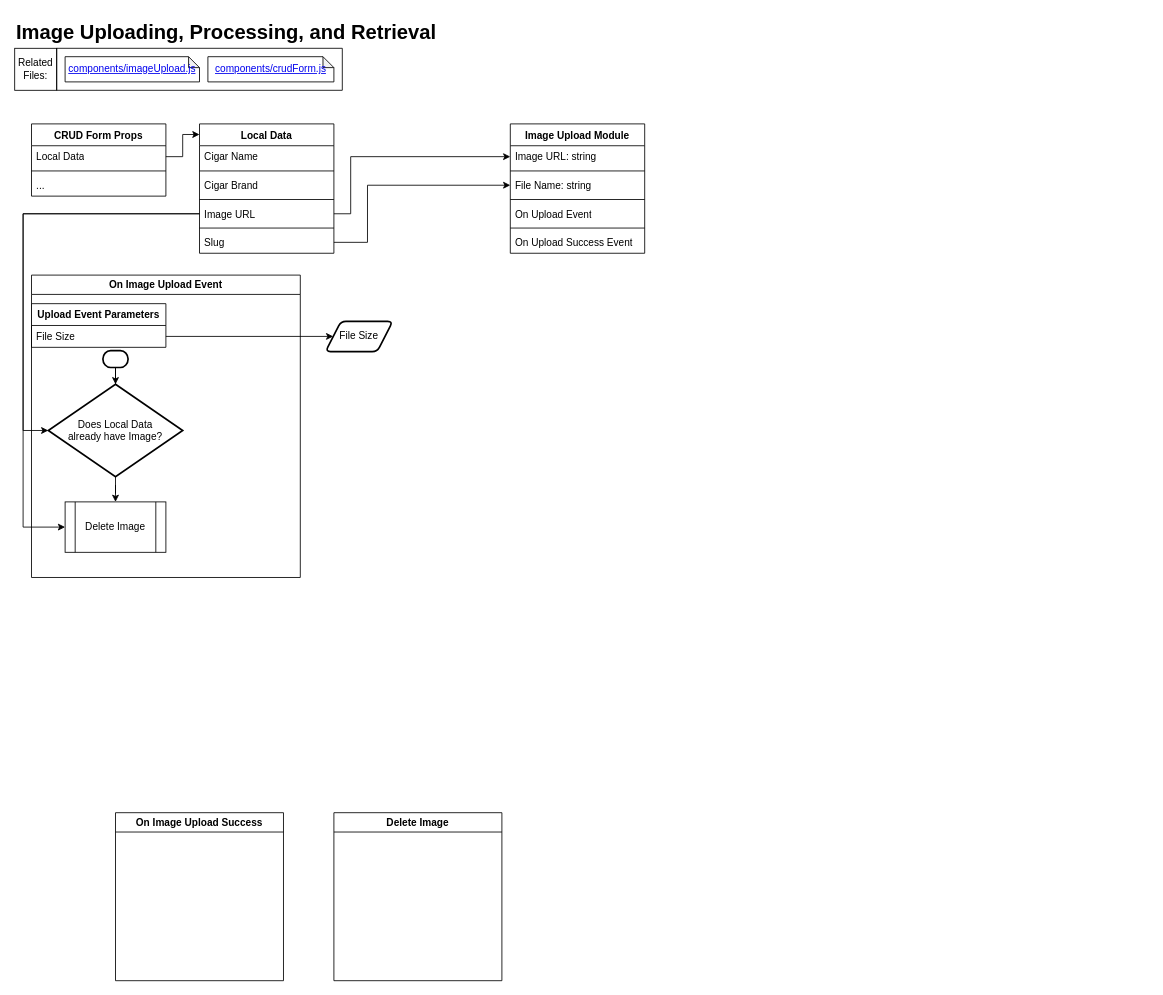
Above: Images.drawio in macglencoe/diagrams (draw.io), before the change. Source tidied: cells renumbered, new cells numbered last; positions are measured from the earlier drawing's top-left corner, leaving out a move shared by most shapes. Both pictures are drawn from the tidied source at 84%, with x=0, y=0 at pixel (14, 14).
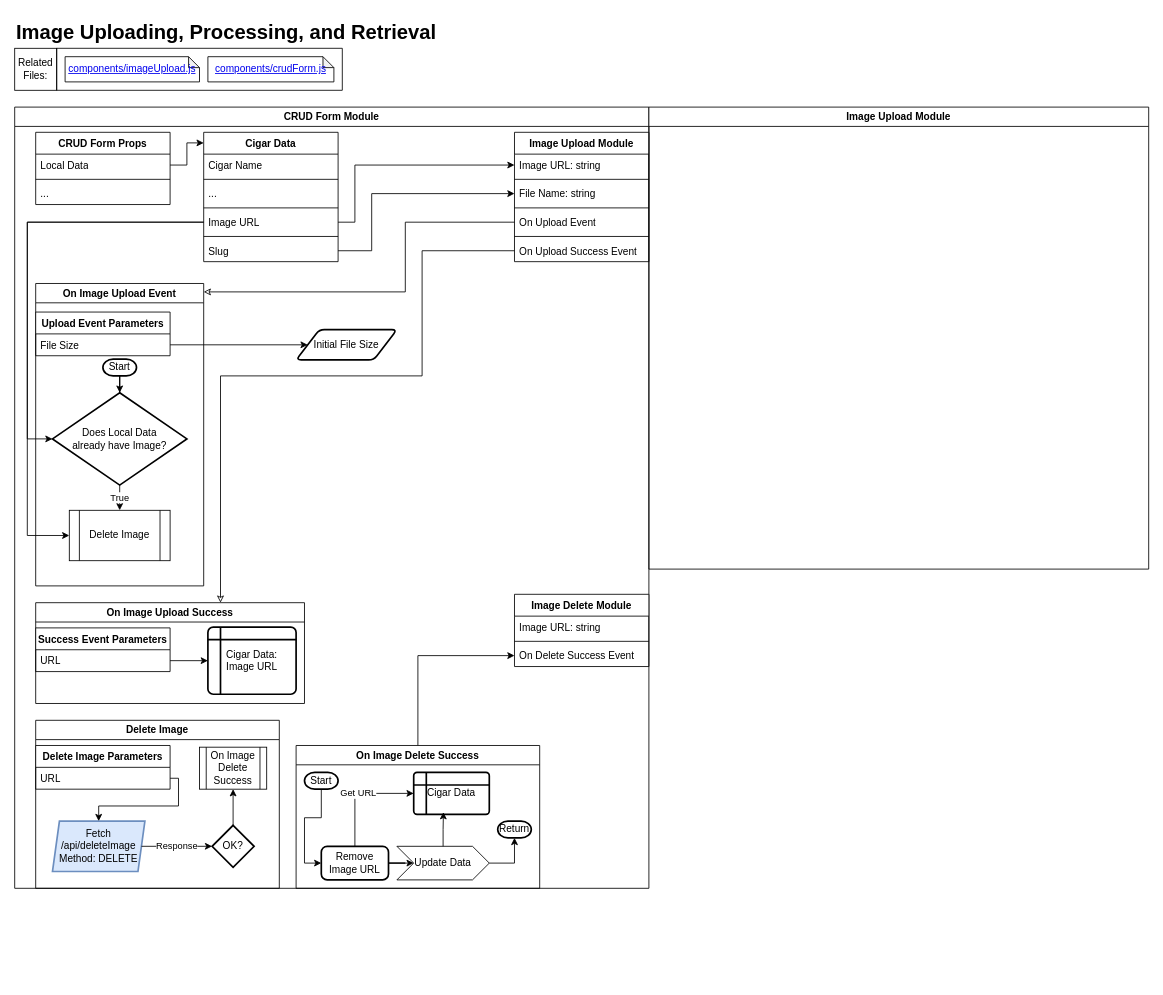
After the change.

Unchanged cells that the change refers to:
```xml
<mxCell id="8" value="Local Data" style="text;strokeColor=none;fillColor=none;align=left;verticalAlign=top;spacingLeft=4;spacingRight=4;overflow=hidden;points=[[0,0.5],[1,0.5]];portConstraint=eastwest;whiteSpace=wrap;html=1;" parent="7" vertex="1">
  <mxGeometry y="26" width="160" height="26" as="geometry" />
</mxCell>
<mxCell id="14" value="Does Local Data&lt;div&gt;already have Image?&lt;/div&gt;" style="strokeWidth=2;html=1;shape=mxgraph.flowchart.decision;whiteSpace=wrap;" parent="11" vertex="1">
  <mxGeometry x="20" y="130" width="160" height="110" as="geometry" />
</mxCell>
<mxCell id="16" value="Delete Image" style="shape=process;whiteSpace=wrap;html=1;backgroundOutline=1;" parent="11" vertex="1">
  <mxGeometry x="40" y="270" width="120" height="60" as="geometry" />
</mxCell>
<mxCell id="18" value="File Size" style="text;strokeColor=none;fillColor=none;align=left;verticalAlign=top;spacingLeft=4;spacingRight=4;overflow=hidden;points=[[0,0.5],[1,0.5]];portConstraint=eastwest;whiteSpace=wrap;html=1;" parent="17" vertex="1">
  <mxGeometry y="26" width="160" height="26" as="geometry" />
</mxCell>
<mxCell id="21" value="Image URL: string" style="text;strokeColor=none;fillColor=none;align=left;verticalAlign=top;spacingLeft=4;spacingRight=4;overflow=hidden;points=[[0,0.5],[1,0.5]];portConstraint=eastwest;whiteSpace=wrap;html=1;" parent="20" vertex="1">
  <mxGeometry y="26" width="160" height="26" as="geometry" />
</mxCell>
<mxCell id="23" value="File Name: string" style="text;strokeColor=none;fillColor=none;align=left;verticalAlign=top;spacingLeft=4;spacingRight=4;overflow=hidden;points=[[0,0.5],[1,0.5]];portConstraint=eastwest;whiteSpace=wrap;html=1;" parent="20" vertex="1">
  <mxGeometry y="60" width="160" height="26" as="geometry" />
</mxCell>
<mxCell id="25" value="On Upload Event" style="text;strokeColor=none;fillColor=none;align=left;verticalAlign=top;spacingLeft=4;spacingRight=4;overflow=hidden;points=[[0,0.5],[1,0.5]];portConstraint=eastwest;whiteSpace=wrap;html=1;" parent="20" vertex="1">
  <mxGeometry y="94" width="160" height="26" as="geometry" />
</mxCell>
<mxCell id="27" value="On Upload Success Event" style="text;strokeColor=none;fillColor=none;align=left;verticalAlign=top;spacingLeft=4;spacingRight=4;overflow=hidden;points=[[0,0.5],[1,0.5]];portConstraint=eastwest;whiteSpace=wrap;html=1;" parent="20" vertex="1">
  <mxGeometry y="128" width="160" height="26" as="geometry" />
</mxCell>
<mxCell id="33" value="Image URL" style="text;strokeColor=none;fillColor=none;align=left;verticalAlign=top;spacingLeft=4;spacingRight=4;overflow=hidden;points=[[0,0.5],[1,0.5]];portConstraint=eastwest;whiteSpace=wrap;html=1;" parent="28" vertex="1">
  <mxGeometry y="94" width="160" height="26" as="geometry" />
</mxCell>
<mxCell id="35" value="Slug" style="text;strokeColor=none;fillColor=none;align=left;verticalAlign=top;spacingLeft=4;spacingRight=4;overflow=hidden;points=[[0,0.5],[1,0.5]];portConstraint=eastwest;whiteSpace=wrap;html=1;" parent="28" vertex="1">
  <mxGeometry y="128" width="160" height="26" as="geometry" />
</mxCell>
```

The edit, as a diff of the source:
```diff
@@
+    <mxCell id="44" value="CRUD Form Module" style="swimlane;whiteSpace=wrap;html=1;" parent="1" vertex="1">
+      <mxGeometry y="110" width="755" height="930" as="geometry" />
+    </mxCell>
-    <mxCell id="7" value="CRUD Form Props" style="swimlane;fontStyle=1;align=center;verticalAlign=top;horizontal=1;startSize=26;whiteSpace=wrap;html=1;" parent="1" vertex="1">
-      <mxGeometry x="20" y="130" width="160" height="86" as="geometry" />
+    <mxCell id="7" value="CRUD Form Props" style="swimlane;fontStyle=1;align=center;verticalAlign=top;horizontal=1;startSize=26;whiteSpace=wrap;html=1;" parent="44" vertex="1">
+      <mxGeometry x="25" y="30" width="160" height="86" as="geometry" />
     </mxCell>
@@
+    <mxCell id="45" style="edgeStyle=orthogonalEdgeStyle;rounded=0;jettySize=auto;html=1;entryX=0;entryY=0.5;entryDx=0;entryDy=0;startArrow=classic;startFill=0;endArrow=none;" parent="44" edge="1" source="11" target="25">
+      <mxGeometry relative="1" as="geometry">
+        <Array as="points">
+          <mxPoint x="465" y="220" />
+          <mxPoint x="465" y="137" />
+        </Array>
+      </mxGeometry>
+    </mxCell>
-    <mxCell id="11" value="On Image Upload Event" style="swimlane;whiteSpace=wrap;html=1;" parent="1" vertex="1">
-      <mxGeometry x="20" y="310" width="320" height="360" as="geometry" />
+    <mxCell id="11" value="On Image Upload Event" style="swimlane;whiteSpace=wrap;html=1;" parent="44" vertex="1">
+      <mxGeometry x="25" y="210" width="200" height="360" as="geometry" />
     </mxCell>
-    <mxCell id="12" style="strokeWidth=2;html=1;shape=mxgraph.flowchart.terminator;whiteSpace=wrap;" parent="11" vertex="1">
-      <mxGeometry x="85" y="90" width="30" height="20" as="geometry" />
+    <mxCell id="12" value="Start" style="strokeWidth=2;html=1;shape=mxgraph.flowchart.terminator;whiteSpace=wrap;" parent="11" vertex="1">
+      <mxGeometry x="80" y="90" width="40" height="20" as="geometry" />
     </mxCell>
-    <mxCell id="13" style="edgeStyle=orthogonalEdgeStyle;rounded=0;jettySize=auto;html=1;entryX=0.5;entryY=0;entryDx=0;entryDy=0;" parent="11" edge="1" source="14" target="16">
+    <mxCell id="13" value="True" style="edgeStyle=orthogonalEdgeStyle;rounded=0;jettySize=auto;html=1;entryX=0.5;entryY=0;entryDx=0;entryDy=0;" parent="11" edge="1" source="14" target="16">
       <mxGeometry relative="1" as="geometry" />
     </mxCell>
@@
+    <mxCell id="46" style="edgeStyle=orthogonalEdgeStyle;rounded=0;jettySize=auto;html=1;entryX=0;entryY=0.5;entryDx=0;entryDy=0;startArrow=classic;startFill=0;endArrow=none;" parent="44" edge="1" source="19" target="27">
+      <mxGeometry relative="1" as="geometry">
+        <Array as="points">
+          <mxPoint x="245" y="320" />
+          <mxPoint x="485" y="320" />
+          <mxPoint x="485" y="171" />
+        </Array>
+      </mxGeometry>
+    </mxCell>
-    <mxCell id="19" value="On Image Upload Success" style="swimlane;whiteSpace=wrap;html=1;" parent="1" vertex="1">
-      <mxGeometry x="120" y="950" width="200" height="200" as="geometry" />
+    <mxCell id="19" value="On Image Upload Success" style="swimlane;whiteSpace=wrap;html=1;" parent="44" vertex="1">
+      <mxGeometry x="25" y="590" width="320" height="120" as="geometry" />
     </mxCell>
+    <mxCell id="47" value="Cigar&amp;nbsp;&lt;span style=&quot;background-color: transparent; color: light-dark(rgb(0, 0, 0), rgb(255, 255, 255));&quot;&gt;Data:&lt;/span&gt;&lt;div&gt;Image URL&lt;/div&gt;" style="shape=internalStorage;whiteSpace=wrap;html=1;dx=15;dy=15;rounded=1;arcSize=8;strokeWidth=2;" parent="19" vertex="1">
+      <mxGeometry x="205" y="29" width="105" height="80" as="geometry" />
+    </mxCell>
-    <mxCell id="20" value="Image Upload Module" style="swimlane;fontStyle=1;align=center;verticalAlign=top;horizontal=1;startSize=26;whiteSpace=wrap;html=1;" parent="1" vertex="1">
-      <mxGeometry x="590" y="130" width="160" height="154" as="geometry" />
+    <mxCell id="20" value="Image Upload Module" style="swimlane;fontStyle=1;align=center;verticalAlign=top;horizontal=1;startSize=26;whiteSpace=wrap;html=1;" parent="44" vertex="1">
+      <mxGeometry x="595" y="30" width="160" height="154" as="geometry" />
     </mxCell>
@@
-    <mxCell id="28" value="Local Data" style="swimlane;fontStyle=1;align=center;verticalAlign=top;horizontal=1;startSize=26;whiteSpace=wrap;html=1;" parent="1" vertex="1">
-      <mxGeometry x="220" y="130" width="160" height="154" as="geometry" />
+    <mxCell id="28" value="Cigar Data" style="swimlane;fontStyle=1;align=center;verticalAlign=top;horizontal=1;startSize=26;whiteSpace=wrap;html=1;" parent="44" vertex="1">
+      <mxGeometry x="225" y="30" width="160" height="154" as="geometry" />
     </mxCell>
@@
-    <mxCell id="31" value="Cigar Brand" style="text;strokeColor=none;fillColor=none;align=left;verticalAlign=top;spacingLeft=4;spacingRight=4;overflow=hidden;whiteSpace=wrap;html=1;" parent="28" vertex="1">
+    <mxCell id="31" value="..." style="text;strokeColor=none;fillColor=none;align=left;verticalAlign=top;spacingLeft=4;spacingRight=4;overflow=hidden;whiteSpace=wrap;html=1;" parent="28" vertex="1">
       <mxGeometry y="60" width="160" height="26" as="geometry" />
     </mxCell>
@@
-    <mxCell id="36" style="edgeStyle=orthogonalEdgeStyle;rounded=0;jettySize=auto;html=1;entryX=0;entryY=0.082;entryDx=0;entryDy=0;entryPerimeter=0;" parent="1" edge="1" source="8" target="28">
+    <mxCell id="36" style="edgeStyle=orthogonalEdgeStyle;rounded=0;jettySize=auto;html=1;entryX=0;entryY=0.082;entryDx=0;entryDy=0;entryPerimeter=0;" parent="44" edge="1" source="8" target="28">
       <mxGeometry relative="1" as="geometry" />
     </mxCell>
-    <mxCell id="37" style="edgeStyle=orthogonalEdgeStyle;rounded=0;jettySize=auto;html=1;entryX=0;entryY=0.5;entryDx=0;entryDy=0;" parent="1" edge="1" source="33" target="21">
+    <mxCell id="37" style="edgeStyle=orthogonalEdgeStyle;rounded=0;jettySize=auto;html=1;entryX=0;entryY=0.5;entryDx=0;entryDy=0;" parent="44" edge="1" source="33" target="21">
       <mxGeometry relative="1" as="geometry">
         <Array as="points">
-          <mxPoint x="400" y="237" />
-          <mxPoint x="400" y="169" />
+          <mxPoint x="405" y="137" />
+          <mxPoint x="405" y="69" />
         </Array>
       </mxGeometry>
     </mxCell>
-    <mxCell id="38" style="edgeStyle=orthogonalEdgeStyle;rounded=0;jettySize=auto;html=1;entryX=0;entryY=0.5;entryDx=0;entryDy=0;" parent="1" edge="1" source="35" target="23">
+    <mxCell id="38" style="edgeStyle=orthogonalEdgeStyle;rounded=0;jettySize=auto;html=1;entryX=0;entryY=0.5;entryDx=0;entryDy=0;" parent="44" edge="1" source="35" target="23">
       <mxGeometry relative="1" as="geometry">
         <Array as="points">
-          <mxPoint x="420" y="271" />
-          <mxPoint x="420" y="203" />
+          <mxPoint x="425" y="171" />
+          <mxPoint x="425" y="103" />
         </Array>
       </mxGeometry>
     </mxCell>
-    <mxCell id="39" value="Delete Image" style="swimlane;whiteSpace=wrap;html=1;" parent="1" vertex="1">
-      <mxGeometry x="380" y="950" width="200" height="200" as="geometry" />
+    <mxCell id="39" value="Delete Image" style="swimlane;whiteSpace=wrap;html=1;" parent="44" vertex="1">
+      <mxGeometry x="25" y="730" width="290" height="200" as="geometry" />
     </mxCell>
+    <mxCell id="48" value="Fetch&lt;div&gt;&lt;div&gt;/api/deleteImage&lt;/div&gt;&lt;/div&gt;&lt;div&gt;Method: DELETE&lt;/div&gt;" style="shape=parallelogram;html=1;strokeWidth=2;perimeter=parallelogramPerimeter;whiteSpace=wrap;rounded=1;arcSize=0;size=0.07500000000000001;fillColor=#dae8fc;strokeColor=#6c8ebf;" parent="39" vertex="1">
+      <mxGeometry x="20" y="120" width="110" height="60" as="geometry" />
+    </mxCell>
+    <mxCell id="49" value="Delete Image Parameters" style="swimlane;fontStyle=1;align=center;verticalAlign=top;horizontal=1;startSize=26;whiteSpace=wrap;html=1;" parent="39" vertex="1">
+      <mxGeometry y="30" width="160" height="52" as="geometry" />
+    </mxCell>
+    <mxCell id="50" value="URL" style="text;strokeColor=none;fillColor=none;align=left;verticalAlign=top;spacingLeft=4;spacingRight=4;overflow=hidden;points=[[0,0.5],[1,0.5]];portConstraint=eastwest;whiteSpace=wrap;html=1;" parent="49" vertex="1">
+      <mxGeometry y="26" width="160" height="26" as="geometry" />
+    </mxCell>
+    <mxCell id="51" style="edgeStyle=orthogonalEdgeStyle;rounded=0;jettySize=auto;html=1;entryX=0.5;entryY=0;entryDx=0;entryDy=0;" parent="39" edge="1" source="50" target="48">
+      <mxGeometry relative="1" as="geometry">
+        <Array as="points">
+          <mxPoint x="170" y="69" />
+          <mxPoint x="170" y="102" />
+          <mxPoint x="75" y="102" />
+        </Array>
+      </mxGeometry>
+    </mxCell>
+    <mxCell id="52" style="edgeStyle=orthogonalEdgeStyle;rounded=0;jettySize=auto;html=1;entryX=0.5;entryY=1;entryDx=0;entryDy=0;" parent="39" edge="1" source="53" target="55">
+      <mxGeometry relative="1" as="geometry" />
+    </mxCell>
+    <mxCell id="53" value="OK?" style="strokeWidth=2;html=1;shape=mxgraph.flowchart.decision;whiteSpace=wrap;" parent="39" vertex="1">
+      <mxGeometry x="210" y="125" width="50" height="50" as="geometry" />
+    </mxCell>
+    <mxCell id="54" value="Response" style="edgeStyle=orthogonalEdgeStyle;rounded=0;jettySize=auto;html=1;" parent="39" edge="1" source="48" target="53">
+      <mxGeometry relative="1" as="geometry" />
+    </mxCell>
+    <mxCell id="55" value="On Image Delete Success" style="shape=process;whiteSpace=wrap;html=1;backgroundOutline=1;" parent="39" vertex="1">
+      <mxGeometry x="195" y="32" width="80" height="50" as="geometry" />
+    </mxCell>
-    <mxCell id="40" style="edgeStyle=orthogonalEdgeStyle;rounded=0;jettySize=auto;html=1;entryX=0;entryY=0.5;entryDx=0;entryDy=0;" parent="1" edge="1" source="33" target="16">
+    <mxCell id="40" style="edgeStyle=orthogonalEdgeStyle;rounded=0;jettySize=auto;html=1;entryX=0;entryY=0.5;entryDx=0;entryDy=0;" parent="44" edge="1" source="33" target="16">
       <mxGeometry relative="1" as="geometry">
         <Array as="points">
-          <mxPoint x="10" y="237" />
-          <mxPoint x="10" y="610" />
+          <mxPoint x="15" y="137" />
+          <mxPoint x="15" y="510" />
         </Array>
       </mxGeometry>
     </mxCell>
-    <mxCell id="41" style="edgeStyle=orthogonalEdgeStyle;rounded=0;jettySize=auto;html=1;entryX=0;entryY=0.5;entryDx=0;entryDy=0;entryPerimeter=0;" parent="1" edge="1" source="33" target="14">
+    <mxCell id="41" style="edgeStyle=orthogonalEdgeStyle;rounded=0;jettySize=auto;html=1;entryX=0;entryY=0.5;entryDx=0;entryDy=0;entryPerimeter=0;" parent="44" edge="1" source="33" target="14">
       <mxGeometry relative="1" as="geometry">
         <Array as="points">
-          <mxPoint x="10" y="237" />
-          <mxPoint x="10" y="495" />
+          <mxPoint x="15" y="137" />
+          <mxPoint x="15" y="395" />
         </Array>
       </mxGeometry>
     </mxCell>
-    <mxCell id="42" value="File Size" style="shape=parallelogram;html=1;strokeWidth=2;perimeter=parallelogramPerimeter;whiteSpace=wrap;rounded=1;arcSize=12;size=0.23;" parent="1" vertex="1">
-      <mxGeometry x="370" y="365" width="80" height="36" as="geometry" />
+    <mxCell id="42" value="Initial File Size" style="shape=parallelogram;html=1;strokeWidth=2;perimeter=parallelogramPerimeter;whiteSpace=wrap;rounded=1;arcSize=12;size=0.23;" parent="44" vertex="1">
+      <mxGeometry x="335" y="265" width="120" height="36" as="geometry" />
     </mxCell>
-    <mxCell id="43" style="edgeStyle=orthogonalEdgeStyle;rounded=0;jettySize=auto;html=1;entryX=0;entryY=0.5;entryDx=0;entryDy=0;" parent="1" edge="1" source="18" target="42">
+    <mxCell id="43" style="edgeStyle=orthogonalEdgeStyle;rounded=0;jettySize=auto;html=1;entryX=0;entryY=0.5;entryDx=0;entryDy=0;" parent="44" edge="1" source="18" target="42">
       <mxGeometry relative="1" as="geometry" />
     </mxCell>
+    <mxCell id="56" value="Success Event Parameters" style="swimlane;fontStyle=1;align=center;verticalAlign=top;horizontal=1;startSize=26;whiteSpace=wrap;html=1;" parent="44" vertex="1">
+      <mxGeometry x="25" y="620" width="160" height="52" as="geometry" />
+    </mxCell>
+    <mxCell id="57" value="URL" style="text;strokeColor=none;fillColor=none;align=left;verticalAlign=top;spacingLeft=4;spacingRight=4;overflow=hidden;points=[[0,0.5],[1,0.5]];portConstraint=eastwest;whiteSpace=wrap;html=1;" parent="56" vertex="1">
+      <mxGeometry y="26" width="160" height="26" as="geometry" />
+    </mxCell>
+    <mxCell id="58" style="edgeStyle=orthogonalEdgeStyle;rounded=0;jettySize=auto;html=1;entryX=0;entryY=0.5;entryDx=0;entryDy=0;" parent="44" edge="1" source="57" target="47">
+      <mxGeometry relative="1" as="geometry" />
+    </mxCell>
+    <mxCell id="59" style="edgeStyle=orthogonalEdgeStyle;rounded=0;jettySize=auto;html=1;entryX=0;entryY=0.5;entryDx=0;entryDy=0;" parent="44" edge="1" source="60" target="74">
+      <mxGeometry relative="1" as="geometry" />
+    </mxCell>
+    <mxCell id="60" value="On Image Delete Success" style="swimlane;whiteSpace=wrap;html=1;" parent="44" vertex="1">
+      <mxGeometry x="335" y="760" width="290" height="170" as="geometry" />
+    </mxCell>
+    <mxCell id="61" value="Get URL" style="edgeStyle=orthogonalEdgeStyle;rounded=0;jettySize=auto;html=1;entryX=0;entryY=0.5;entryDx=0;entryDy=0;" parent="60" edge="1" source="63" target="66">
+      <mxGeometry relative="1" as="geometry">
+        <Array as="points">
+          <mxPoint x="70" y="57" />
+        </Array>
+      </mxGeometry>
+    </mxCell>
+    <mxCell id="62" style="edgeStyle=orthogonalEdgeStyle;rounded=0;jettySize=auto;html=1;entryX=0;entryY=0.5;entryDx=0;entryDy=0;" parent="60" edge="1" source="63" target="67">
+      <mxGeometry relative="1" as="geometry" />
+    </mxCell>
+    <mxCell id="63" value="Remove Image URL" style="rounded=1;whiteSpace=wrap;html=1;absoluteArcSize=1;arcSize=14;strokeWidth=2;" parent="60" vertex="1">
+      <mxGeometry x="30" y="120" width="80" height="40" as="geometry" />
+    </mxCell>
+    <mxCell id="64" style="edgeStyle=orthogonalEdgeStyle;rounded=0;jettySize=auto;html=1;entryX=0;entryY=0.5;entryDx=0;entryDy=0;" parent="60" edge="1" source="65" target="63">
+      <mxGeometry relative="1" as="geometry" />
+    </mxCell>
+    <mxCell id="65" value="Start" style="strokeWidth=2;html=1;shape=mxgraph.flowchart.terminator;whiteSpace=wrap;" parent="60" vertex="1">
+      <mxGeometry x="10" y="32" width="40" height="20" as="geometry" />
+    </mxCell>
+    <mxCell id="66" value="Cigar Data" style="shape=internalStorage;whiteSpace=wrap;html=1;dx=15;dy=15;rounded=1;arcSize=8;strokeWidth=2;" parent="60" vertex="1">
+      <mxGeometry x="140" y="32" width="90" height="50" as="geometry" />
+    </mxCell>
+    <mxCell id="67" value="Update Data" style="shape=step;perimeter=stepPerimeter;whiteSpace=wrap;html=1;fixedSize=1;" parent="60" vertex="1">
+      <mxGeometry x="120" y="120" width="110" height="40" as="geometry" />
+    </mxCell>
+    <mxCell id="68" style="edgeStyle=orthogonalEdgeStyle;rounded=0;jettySize=auto;html=1;entryX=0.393;entryY=0.947;entryDx=0;entryDy=0;entryPerimeter=0;" parent="60" edge="1" source="67" target="66">
+      <mxGeometry relative="1" as="geometry" />
+    </mxCell>
+    <mxCell id="69" value="Return" style="strokeWidth=2;html=1;shape=mxgraph.flowchart.terminator;whiteSpace=wrap;" parent="60" vertex="1">
+      <mxGeometry x="240" y="90" width="40" height="20" as="geometry" />
+    </mxCell>
+    <mxCell id="70" style="edgeStyle=orthogonalEdgeStyle;rounded=0;jettySize=auto;html=1;entryX=0.5;entryY=1;entryDx=0;entryDy=0;entryPerimeter=0;" parent="60" edge="1" source="67" target="69">
+      <mxGeometry relative="1" as="geometry" />
+    </mxCell>
+    <mxCell id="71" value="Image Delete Module" style="swimlane;fontStyle=1;align=center;verticalAlign=top;horizontal=1;startSize=26;whiteSpace=wrap;html=1;" parent="44" vertex="1">
+      <mxGeometry x="595" y="580" width="160" height="86" as="geometry" />
+    </mxCell>
+    <mxCell id="72" value="Image URL: string" style="text;strokeColor=none;fillColor=none;align=left;verticalAlign=top;spacingLeft=4;spacingRight=4;overflow=hidden;whiteSpace=wrap;html=1;" parent="71" vertex="1">
+      <mxGeometry y="26" width="160" height="26" as="geometry" />
+    </mxCell>
+    <mxCell id="73" style="line;strokeWidth=1;fillColor=none;align=left;verticalAlign=middle;spacingTop=-1;spacingLeft=3;spacingRight=3;labelPosition=right;strokeColor=inherit;" parent="71" vertex="1">
+      <mxGeometry y="52" width="160" height="8" as="geometry" />
+    </mxCell>
+    <mxCell id="74" value="On Delete Success Event" style="text;strokeColor=none;fillColor=none;align=left;verticalAlign=top;spacingLeft=4;spacingRight=4;overflow=hidden;points=[[0,0.5],[1,0.5]];portConstraint=eastwest;whiteSpace=wrap;html=1;" parent="71" vertex="1">
+      <mxGeometry y="60" width="160" height="26" as="geometry" />
+    </mxCell>
+    <mxCell id="75" value="Image Upload Module" style="swimlane;whiteSpace=wrap;html=1;" parent="1" vertex="1">
+      <mxGeometry x="755" y="110" width="595" height="550" as="geometry" />
+    </mxCell>
```
